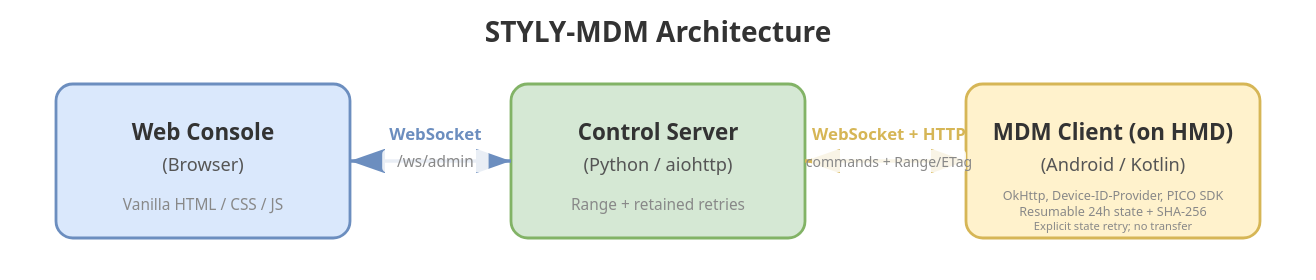
The draw.io diagram docs/architecture.drawio.svg in styly-dev/STYLY-MDM, before a commit. Source tidied: cells renumbered, new cells last; positions are measured from the earlier drawing's top-left corner, leaving out a move shared by most shapes.
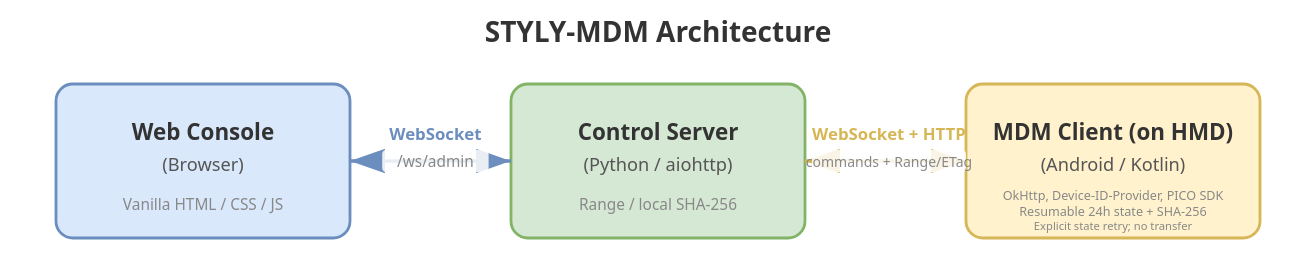
Above is the later version.

Change to the diagram source:
```diff
@@ -17,7 +17,7 @@
     <mxCell id="6" value="&lt;b&gt;Control Server&lt;/b&gt;&lt;br&gt;(Python / aiohttp)" style="text;html=1;align=center;verticalAlign=middle;" parent="1" vertex="1">
       <mxGeometry x="365" y="85" width="130" height="50" as="geometry" />
     </mxCell>
-    <mxCell id="7" value="Range + retained retries" style="text;html=1;align=center;verticalAlign=middle;fontColor=#666666;fontSize=10;" parent="1" vertex="1">
+    <mxCell id="7" value="Range / local SHA-256" style="text;html=1;align=center;verticalAlign=middle;fontColor=#666666;fontSize=10;" parent="1" vertex="1">
       <mxGeometry x="350" y="135" width="160" height="20" as="geometry" />
     </mxCell>
     <mxCell id="8" style="rounded=1;whiteSpace=wrap;html=1;fillColor=#fff2cc;strokeColor=#d6b656;arcSize=10;" parent="1" vertex="1">
```
